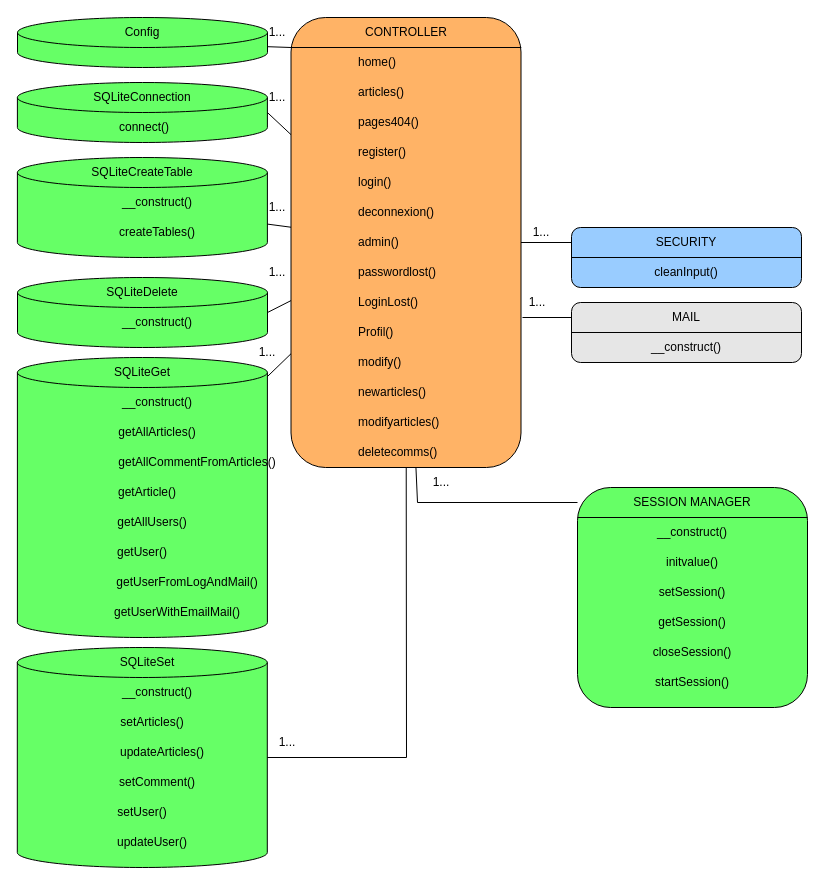
Before: docs/Diagramme de class.drawio in Geoffray-buhler/P05-OCR, a draw.io diagram. Source tidied: cells renumbered, new cells numbered last; positions are measured from the earlier drawing's top-left corner, leaving out a move shared by most shapes. Both pictures are drawn from the tidied source at 100%, with x=0, y=0 at pixel (17, 17).
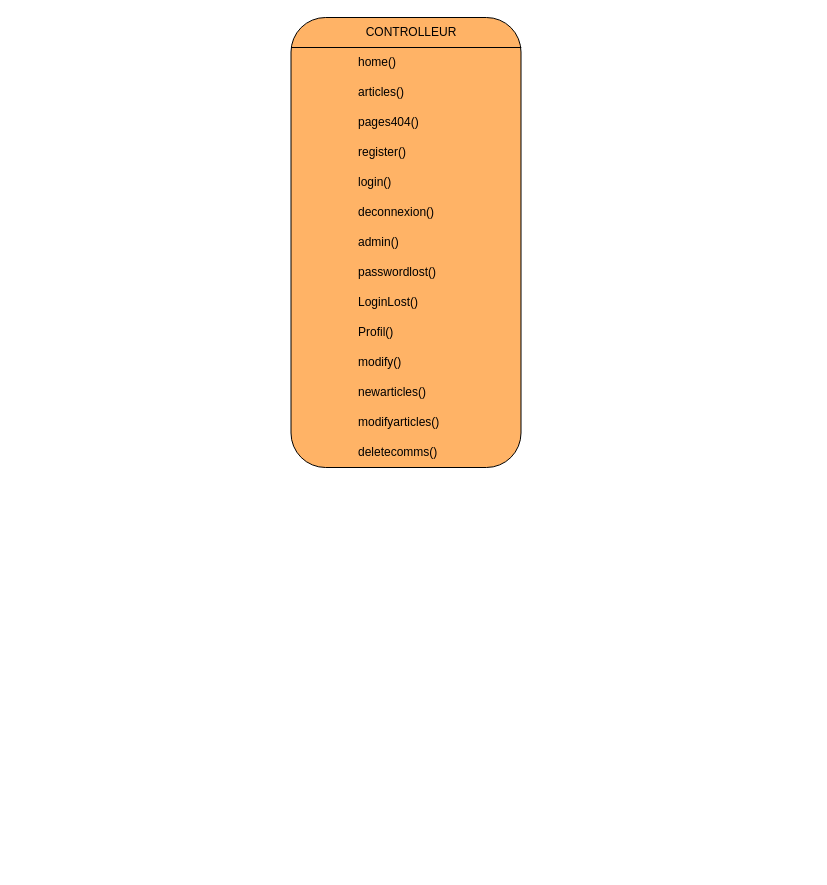
After the change.

The edit, as a diff of the source:
```diff
@@
-    <mxCell id="2" style="rounded=1;whiteSpace=wrap;html=1;fontColor=none;fillColor=#FFB366;" parent="1" vertex="1">
+    <mxCell id="2" style="rounded=1;whiteSpace=wrap;html=1;fontColor=none;fillColor=#FFB366;strokeColor=default;" parent="1" vertex="1">
       <mxGeometry x="273.5" width="230" height="450" as="geometry" />
     </mxCell>
-    <mxCell id="3" value="CONTROLLER" style="text;html=1;strokeColor=none;fillColor=none;align=center;verticalAlign=middle;whiteSpace=wrap;rounded=0;fontColor=none;" parent="1" vertex="1">
-      <mxGeometry x="273.8" width="230" height="30" as="geometry" />
-    </mxCell>
-    <mxCell id="4" style="endArrow=none;html=1;rounded=0;fontColor=none;entryX=1;entryY=1;entryDx=0;entryDy=0;" parent="1" edge="1" target="3">
+    <mxCell id="4" style="endArrow=none;html=1;rounded=0;fontColor=none;entryX=1;entryY=1;entryDx=0;entryDy=0;strokeColor=default;labelBackgroundColor=default;" parent="1" edge="1">
       <mxGeometry relative="1" as="geometry">
         <mxPoint x="273.5" y="30" as="sourcePoint" />
+        <mxPoint x="503.8" y="30" as="targetPoint" />
       </mxGeometry>
     </mxCell>
@@
-    <mxCell id="19" style="rounded=1;whiteSpace=wrap;html=1;fontColor=none;fillColor=#E6E6E6;" parent="1" vertex="1">
-      <mxGeometry x="554" y="285" width="230" height="60" as="geometry" />
-    </mxCell>
-    <mxCell id="20" value="MAIL" style="text;html=1;strokeColor=none;fillColor=none;align=center;verticalAlign=middle;whiteSpace=wrap;rounded=0;fontColor=none;" parent="1" vertex="1">
-      <mxGeometry x="554" y="285" width="230" height="30" as="geometry" />
-    </mxCell>
-    <mxCell id="21" style="endArrow=none;html=1;rounded=0;fontColor=none;entryX=1;entryY=1;entryDx=0;entryDy=0;" parent="1" edge="1" target="20">
-      <mxGeometry relative="1" as="geometry">
-        <mxPoint x="554" y="315" as="sourcePoint" />
-      </mxGeometry>
-    </mxCell>
-    <mxCell id="22" value="__construct()" style="text;html=1;strokeColor=none;fillColor=none;align=center;verticalAlign=middle;whiteSpace=wrap;rounded=0;fontColor=none;" parent="1" vertex="1">
-      <mxGeometry x="554" y="315" width="230" height="30" as="geometry" />
-    </mxCell>
-    <mxCell id="23" style="rounded=1;whiteSpace=wrap;html=1;fontColor=none;fillColor=#99CCFF;" parent="1" vertex="1">
-      <mxGeometry x="554" y="210" width="230" height="60" as="geometry" />
-    </mxCell>
-    <mxCell id="24" value="SECURITY" style="text;html=1;strokeColor=none;fillColor=none;align=center;verticalAlign=middle;whiteSpace=wrap;rounded=0;fontColor=none;" parent="1" vertex="1">
-      <mxGeometry x="554" y="210" width="230" height="30" as="geometry" />
-    </mxCell>
-    <mxCell id="25" style="endArrow=none;html=1;rounded=0;fontColor=none;entryX=1;entryY=1;entryDx=0;entryDy=0;" parent="1" edge="1" target="24">
-      <mxGeometry relative="1" as="geometry">
-        <mxPoint x="554" y="240" as="sourcePoint" />
-      </mxGeometry>
-    </mxCell>
-    <mxCell id="26" value="cleanInput()" style="text;html=1;strokeColor=none;fillColor=none;align=center;verticalAlign=middle;whiteSpace=wrap;rounded=0;fontColor=none;" parent="1" vertex="1">
-      <mxGeometry x="554" y="240" width="230" height="30" as="geometry" />
-    </mxCell>
-    <mxCell id="27" style="rounded=1;whiteSpace=wrap;html=1;fontColor=none;fillColor=#66FF66;" parent="1" vertex="1">
-      <mxGeometry x="560" y="470" width="230" height="220" as="geometry" />
-    </mxCell>
-    <mxCell id="28" value="SESSION MANAGER" style="text;html=1;strokeColor=none;fillColor=none;align=center;verticalAlign=middle;whiteSpace=wrap;rounded=0;fontColor=none;" parent="1" vertex="1">
-      <mxGeometry x="560" y="470" width="230" height="30" as="geometry" />
-    </mxCell>
-    <mxCell id="29" style="endArrow=none;html=1;rounded=0;fontColor=none;entryX=1;entryY=1;entryDx=0;entryDy=0;" parent="1" edge="1" target="28">
-      <mxGeometry relative="1" as="geometry">
-        <mxPoint x="560" y="500" as="sourcePoint" />
-      </mxGeometry>
-    </mxCell>
-    <mxCell id="30" value="__construct()" style="text;html=1;strokeColor=none;fillColor=none;align=center;verticalAlign=middle;whiteSpace=wrap;rounded=0;fontColor=none;" parent="1" vertex="1">
-      <mxGeometry x="560" y="500" width="230" height="30" as="geometry" />
-    </mxCell>
-    <mxCell id="31" value="initvalue()" style="text;html=1;strokeColor=none;fillColor=none;align=center;verticalAlign=middle;whiteSpace=wrap;rounded=0;fontColor=none;" parent="1" vertex="1">
-      <mxGeometry x="560" y="530" width="230" height="30" as="geometry" />
-    </mxCell>
-    <mxCell id="32" value="setSession()" style="text;html=1;strokeColor=none;fillColor=none;align=center;verticalAlign=middle;whiteSpace=wrap;rounded=0;fontColor=none;" parent="1" vertex="1">
-      <mxGeometry x="560" y="560" width="230" height="30" as="geometry" />
-    </mxCell>
-    <mxCell id="33" value="getSession()" style="text;html=1;strokeColor=none;fillColor=none;align=center;verticalAlign=middle;whiteSpace=wrap;rounded=0;fontColor=none;" parent="1" vertex="1">
-      <mxGeometry x="560" y="590" width="230" height="30" as="geometry" />
-    </mxCell>
-    <mxCell id="34" value="closeSession()" style="text;html=1;strokeColor=none;fillColor=none;align=center;verticalAlign=middle;whiteSpace=wrap;rounded=0;fontColor=none;" parent="1" vertex="1">
-      <mxGeometry x="560" y="620" width="230" height="30" as="geometry" />
-    </mxCell>
-    <mxCell id="35" value="startSession()" style="text;html=1;strokeColor=none;fillColor=none;align=center;verticalAlign=middle;whiteSpace=wrap;rounded=0;fontColor=none;" parent="1" vertex="1">
-      <mxGeometry x="560" y="650" width="230" height="30" as="geometry" />
-    </mxCell>
-    <mxCell id="36" value="1..." style="text;html=1;strokeColor=none;fillColor=none;align=center;verticalAlign=middle;whiteSpace=wrap;rounded=0;fontColor=none;" parent="1" vertex="1">
-      <mxGeometry x="494" y="200" width="60" height="30" as="geometry" />
-    </mxCell>
-    <mxCell id="37" value="1..." style="text;html=1;strokeColor=none;fillColor=none;align=center;verticalAlign=middle;whiteSpace=wrap;rounded=0;fontColor=none;" parent="1" vertex="1">
-      <mxGeometry x="490" y="270" width="60" height="30" as="geometry" />
-    </mxCell>
-    <mxCell id="38" value="1..." style="text;html=1;strokeColor=none;fillColor=none;align=center;verticalAlign=middle;whiteSpace=wrap;rounded=0;fontColor=none;" parent="1" vertex="1">
-      <mxGeometry x="394" y="450" width="60" height="30" as="geometry" />
-    </mxCell>
-    <mxCell id="39" style="endArrow=none;html=1;rounded=0;fontColor=none;" parent="1" edge="1" source="2" target="24">
-      <mxGeometry relative="1" as="geometry" />
-    </mxCell>
-    <mxCell id="40" style="endArrow=none;html=1;rounded=0;fontColor=none;entryX=0.25;entryY=1;entryDx=0;entryDy=0;exitX=0;exitY=0.5;exitDx=0;exitDy=0;" parent="1" edge="1" source="20" target="37">
-      <mxGeometry relative="1" as="geometry" />
-    </mxCell>
-    <mxCell id="41" style="endArrow=none;html=1;rounded=0;fontColor=none;" parent="1" edge="1" source="2" target="28">
-      <mxGeometry relative="1" as="geometry">
-        <Array as="points">
-          <mxPoint x="400" y="485" />
-        </Array>
-      </mxGeometry>
-    </mxCell>
-    <mxCell id="42" style="shape=cylinder3;whiteSpace=wrap;html=1;boundedLbl=1;backgroundOutline=1;size=15;fontColor=none;fillColor=#66FF66;align=left;" parent="1" vertex="1">
-      <mxGeometry width="250" height="50" as="geometry" />
-    </mxCell>
-    <mxCell id="43" style="shape=cylinder3;whiteSpace=wrap;html=1;boundedLbl=1;backgroundOutline=1;size=15;fontColor=none;fillColor=#66FF66;align=left;" parent="1" vertex="1">
-      <mxGeometry x="-0.1" y="65" width="250" height="60" as="geometry" />
-    </mxCell>
-    <mxCell id="44" style="shape=cylinder3;whiteSpace=wrap;html=1;boundedLbl=1;backgroundOutline=1;size=15;fontColor=none;fillColor=#66FF66;align=left;" parent="1" vertex="1">
-      <mxGeometry x="-0.1" y="140" width="250" height="100" as="geometry" />
-    </mxCell>
-    <mxCell id="45" style="shape=cylinder3;whiteSpace=wrap;html=1;boundedLbl=1;backgroundOutline=1;size=15;fontColor=none;fillColor=#66FF66;align=left;" parent="1" vertex="1">
-      <mxGeometry y="260" width="250" height="70" as="geometry" />
-    </mxCell>
-    <mxCell id="46" style="shape=cylinder3;whiteSpace=wrap;html=1;boundedLbl=1;backgroundOutline=1;size=15;fontColor=none;fillColor=#66FF66;align=left;" parent="1" vertex="1">
-      <mxGeometry x="-0.1" y="340" width="250" height="280" as="geometry" />
-    </mxCell>
-    <mxCell id="47" style="shape=cylinder3;whiteSpace=wrap;html=1;boundedLbl=1;backgroundOutline=1;size=15;fontColor=none;fillColor=#66FF66;align=left;" parent="1" vertex="1">
-      <mxGeometry x="-0.2" y="630" width="250" height="220" as="geometry" />
-    </mxCell>
-    <mxCell id="48" value="Config" style="text;html=1;strokeColor=none;fillColor=none;align=center;verticalAlign=middle;whiteSpace=wrap;rounded=0;fontColor=none;" parent="1" vertex="1">
-      <mxGeometry x="10" width="230" height="30" as="geometry" />
-    </mxCell>
-    <mxCell id="49" value="SQLiteConnection" style="text;html=1;strokeColor=none;fillColor=none;align=center;verticalAlign=middle;whiteSpace=wrap;rounded=0;fontColor=none;" parent="1" vertex="1">
-      <mxGeometry x="9.9" y="65" width="230" height="30" as="geometry" />
-    </mxCell>
-    <mxCell id="50" value="SQLiteCreateTable" style="text;html=1;strokeColor=none;fillColor=none;align=center;verticalAlign=middle;whiteSpace=wrap;rounded=0;fontColor=none;" parent="1" vertex="1">
-      <mxGeometry x="9.9" y="140" width="230" height="30" as="geometry" />
-    </mxCell>
-    <mxCell id="51" value="SQLiteDelete" style="text;html=1;strokeColor=none;fillColor=none;align=center;verticalAlign=middle;whiteSpace=wrap;rounded=0;fontColor=none;" parent="1" vertex="1">
-      <mxGeometry x="10" y="260" width="230" height="30" as="geometry" />
-    </mxCell>
-    <mxCell id="52" value="SQLiteGet" style="text;html=1;strokeColor=none;fillColor=none;align=center;verticalAlign=middle;whiteSpace=wrap;rounded=0;fontColor=none;" parent="1" vertex="1">
-      <mxGeometry x="9.9" y="340" width="230" height="30" as="geometry" />
-    </mxCell>
-    <mxCell id="53" value="SQLiteSet" style="text;html=1;strokeColor=none;fillColor=none;align=center;verticalAlign=middle;whiteSpace=wrap;rounded=0;fontColor=none;" parent="1" vertex="1">
-      <mxGeometry x="14.8" y="630" width="230" height="30" as="geometry" />
-    </mxCell>
-    <mxCell id="54" value="connect()" style="text;html=1;strokeColor=none;fillColor=none;align=left;verticalAlign=middle;whiteSpace=wrap;rounded=0;fontColor=none;" parent="1" vertex="1">
-      <mxGeometry x="99.6" y="95" width="50.5" height="30" as="geometry" />
-    </mxCell>
-    <mxCell id="55" value="__construct()" style="text;html=1;strokeColor=none;fillColor=none;align=center;verticalAlign=middle;whiteSpace=wrap;rounded=0;fontColor=none;" parent="1" vertex="1">
-      <mxGeometry x="99.6" y="170" width="80" height="30" as="geometry" />
-    </mxCell>
-    <mxCell id="56" value="createTables()" style="text;html=1;strokeColor=none;fillColor=none;align=center;verticalAlign=middle;whiteSpace=wrap;rounded=0;fontColor=none;" parent="1" vertex="1">
-      <mxGeometry x="99.6" y="200" width="80" height="30" as="geometry" />
-    </mxCell>
-    <mxCell id="57" value="__construct()" style="text;html=1;strokeColor=none;fillColor=none;align=center;verticalAlign=middle;whiteSpace=wrap;rounded=0;fontColor=none;" parent="1" vertex="1">
-      <mxGeometry x="99.8" y="290" width="80" height="30" as="geometry" />
-    </mxCell>
-    <mxCell id="58" value="__construct()" style="text;html=1;strokeColor=none;fillColor=none;align=center;verticalAlign=middle;whiteSpace=wrap;rounded=0;fontColor=none;" parent="1" vertex="1">
-      <mxGeometry x="99.6" y="370" width="80" height="30" as="geometry" />
-    </mxCell>
-    <mxCell id="59" value="getAllArticles()" style="text;html=1;strokeColor=none;fillColor=none;align=center;verticalAlign=middle;whiteSpace=wrap;rounded=0;fontColor=none;" parent="1" vertex="1">
-      <mxGeometry x="99.6" y="400" width="80" height="30" as="geometry" />
-    </mxCell>
-    <mxCell id="60" value="getAllCommentFromArticles()" style="text;html=1;strokeColor=none;fillColor=none;align=center;verticalAlign=middle;whiteSpace=wrap;rounded=0;fontColor=none;" parent="1" vertex="1">
-      <mxGeometry x="119.9" y="430" width="120" height="30" as="geometry" />
-    </mxCell>
-    <mxCell id="61" value="getArticle()" style="text;html=1;strokeColor=none;fillColor=none;align=center;verticalAlign=middle;whiteSpace=wrap;rounded=0;fontColor=none;" parent="1" vertex="1">
-      <mxGeometry x="99.6" y="460" width="60.2" height="30" as="geometry" />
-    </mxCell>
-    <mxCell id="62" value="getAllUsers()" style="text;html=1;strokeColor=none;fillColor=none;align=center;verticalAlign=middle;whiteSpace=wrap;rounded=0;fontColor=none;" parent="1" vertex="1">
-      <mxGeometry x="99.6" y="490" width="70.2" height="30" as="geometry" />
-    </mxCell>
-    <mxCell id="63" value="getUser()" style="text;html=1;strokeColor=none;fillColor=none;align=center;verticalAlign=middle;whiteSpace=wrap;rounded=0;fontColor=none;" parent="1" vertex="1">
-      <mxGeometry x="99.6" y="520" width="50.2" height="30" as="geometry" />
-    </mxCell>
-    <mxCell id="64" value="getUserFromLogAndMail()" style="text;html=1;strokeColor=none;fillColor=none;align=center;verticalAlign=middle;whiteSpace=wrap;rounded=0;fontColor=none;" parent="1" vertex="1">
-      <mxGeometry x="99.9" y="550" width="140" height="30" as="geometry" />
-    </mxCell>
-    <mxCell id="65" value="getUserWithEmailMail()" style="text;html=1;strokeColor=none;fillColor=none;align=center;verticalAlign=middle;whiteSpace=wrap;rounded=0;fontColor=none;" parent="1" vertex="1">
-      <mxGeometry x="99.9" y="580" width="120" height="30" as="geometry" />
-    </mxCell>
-    <mxCell id="66" value="__construct()" style="text;html=1;strokeColor=none;fillColor=none;align=center;verticalAlign=middle;whiteSpace=wrap;rounded=0;fontColor=none;" parent="1" vertex="1">
-      <mxGeometry x="99.9" y="660" width="80" height="30" as="geometry" />
-    </mxCell>
-    <mxCell id="67" value="setArticles()" style="text;html=1;strokeColor=none;fillColor=none;align=center;verticalAlign=middle;whiteSpace=wrap;rounded=0;fontColor=none;" parent="1" vertex="1">
-      <mxGeometry x="104.6" y="690" width="60.2" height="30" as="geometry" />
-    </mxCell>
-    <mxCell id="68" value="updateArticles()" style="text;html=1;strokeColor=none;fillColor=none;align=center;verticalAlign=middle;whiteSpace=wrap;rounded=0;fontColor=none;" parent="1" vertex="1">
-      <mxGeometry x="99.9" y="720" width="90.1" height="30" as="geometry" />
-    </mxCell>
-    <mxCell id="69" value="setComment()" style="text;html=1;strokeColor=none;fillColor=none;align=center;verticalAlign=middle;whiteSpace=wrap;rounded=0;fontColor=none;" parent="1" vertex="1">
-      <mxGeometry x="99.9" y="750" width="80.4" height="30" as="geometry" />
-    </mxCell>
-    <mxCell id="70" value="setUser()" style="text;html=1;strokeColor=none;fillColor=none;align=center;verticalAlign=middle;whiteSpace=wrap;rounded=0;fontColor=none;" parent="1" vertex="1">
-      <mxGeometry x="99.9" y="780" width="50.1" height="30" as="geometry" />
-    </mxCell>
-    <mxCell id="71" value="updateUser()" style="text;html=1;strokeColor=none;fillColor=none;align=center;verticalAlign=middle;whiteSpace=wrap;rounded=0;fontColor=none;" parent="1" vertex="1">
-      <mxGeometry x="99.6" y="810" width="70.4" height="30" as="geometry" />
-    </mxCell>
-    <mxCell id="72" style="endArrow=none;html=1;rounded=0;fontColor=none;entryX=0;entryY=1;entryDx=0;entryDy=0;" parent="1" edge="1" source="42" target="3">
-      <mxGeometry relative="1" as="geometry" />
-    </mxCell>
-    <mxCell id="73" style="endArrow=none;html=1;rounded=0;fontColor=none;exitX=1;exitY=0.5;exitDx=0;exitDy=0;exitPerimeter=0;" parent="1" edge="1" source="43" target="2">
-      <mxGeometry relative="1" as="geometry" />
-    </mxCell>
-    <mxCell id="74" style="endArrow=none;html=1;rounded=0;fontColor=none;" parent="1" edge="1" source="44" target="2">
-      <mxGeometry relative="1" as="geometry" />
-    </mxCell>
-    <mxCell id="75" style="endArrow=none;html=1;rounded=0;fontColor=none;exitX=1;exitY=0.5;exitDx=0;exitDy=0;exitPerimeter=0;" parent="1" edge="1" source="45" target="2">
-      <mxGeometry relative="1" as="geometry" />
-    </mxCell>
-    <mxCell id="76" style="endArrow=none;html=1;rounded=0;fontColor=none;" parent="1" edge="1" source="46" target="2">
-      <mxGeometry relative="1" as="geometry" />
-    </mxCell>
-    <mxCell id="77" style="endArrow=none;html=1;rounded=0;fontColor=none;" parent="1" edge="1" source="47" target="2">
-      <mxGeometry relative="1" as="geometry">
-        <Array as="points">
-          <mxPoint x="389" y="740" />
-        </Array>
-      </mxGeometry>
-    </mxCell>
-    <mxCell id="78" value="1..." style="text;html=1;strokeColor=none;fillColor=none;align=center;verticalAlign=middle;whiteSpace=wrap;rounded=0;fontColor=none;" parent="1" vertex="1">
-      <mxGeometry x="240" y="710" width="60" height="30" as="geometry" />
-    </mxCell>
-    <mxCell id="79" value="1..." style="text;html=1;strokeColor=none;fillColor=none;align=center;verticalAlign=middle;whiteSpace=wrap;rounded=0;fontColor=none;" parent="1" vertex="1">
-      <mxGeometry x="219.9" y="320" width="60" height="30" as="geometry" />
-    </mxCell>
-    <mxCell id="80" value="1..." style="text;html=1;strokeColor=none;fillColor=none;align=center;verticalAlign=middle;whiteSpace=wrap;rounded=0;fontColor=none;" parent="1" vertex="1">
-      <mxGeometry x="229.9" y="240" width="60" height="30" as="geometry" />
-    </mxCell>
-    <mxCell id="81" value="1..." style="text;html=1;strokeColor=none;fillColor=none;align=center;verticalAlign=middle;whiteSpace=wrap;rounded=0;fontColor=none;" parent="1" vertex="1">
-      <mxGeometry x="229.9" y="175" width="60" height="30" as="geometry" />
-    </mxCell>
-    <mxCell id="82" value="1..." style="text;html=1;strokeColor=none;fillColor=none;align=center;verticalAlign=middle;whiteSpace=wrap;rounded=0;fontColor=none;" parent="1" vertex="1">
-      <mxGeometry x="229.9" y="65" width="60" height="30" as="geometry" />
-    </mxCell>
-    <mxCell id="83" value="1..." style="text;html=1;strokeColor=none;fillColor=none;align=center;verticalAlign=middle;whiteSpace=wrap;rounded=0;fontColor=none;" parent="1" vertex="1">
-      <mxGeometry x="229.9" width="60" height="30" as="geometry" />
-    </mxCell>
+    <mxCell id="84" value="CONTROLLEUR" style="text;html=1;strokeColor=none;fillColor=none;align=center;verticalAlign=middle;whiteSpace=wrap;rounded=0;fontColor=default;" parent="1" vertex="1">
+      <mxGeometry x="346.5" width="94" height="30" as="geometry" />
+    </mxCell>
```
